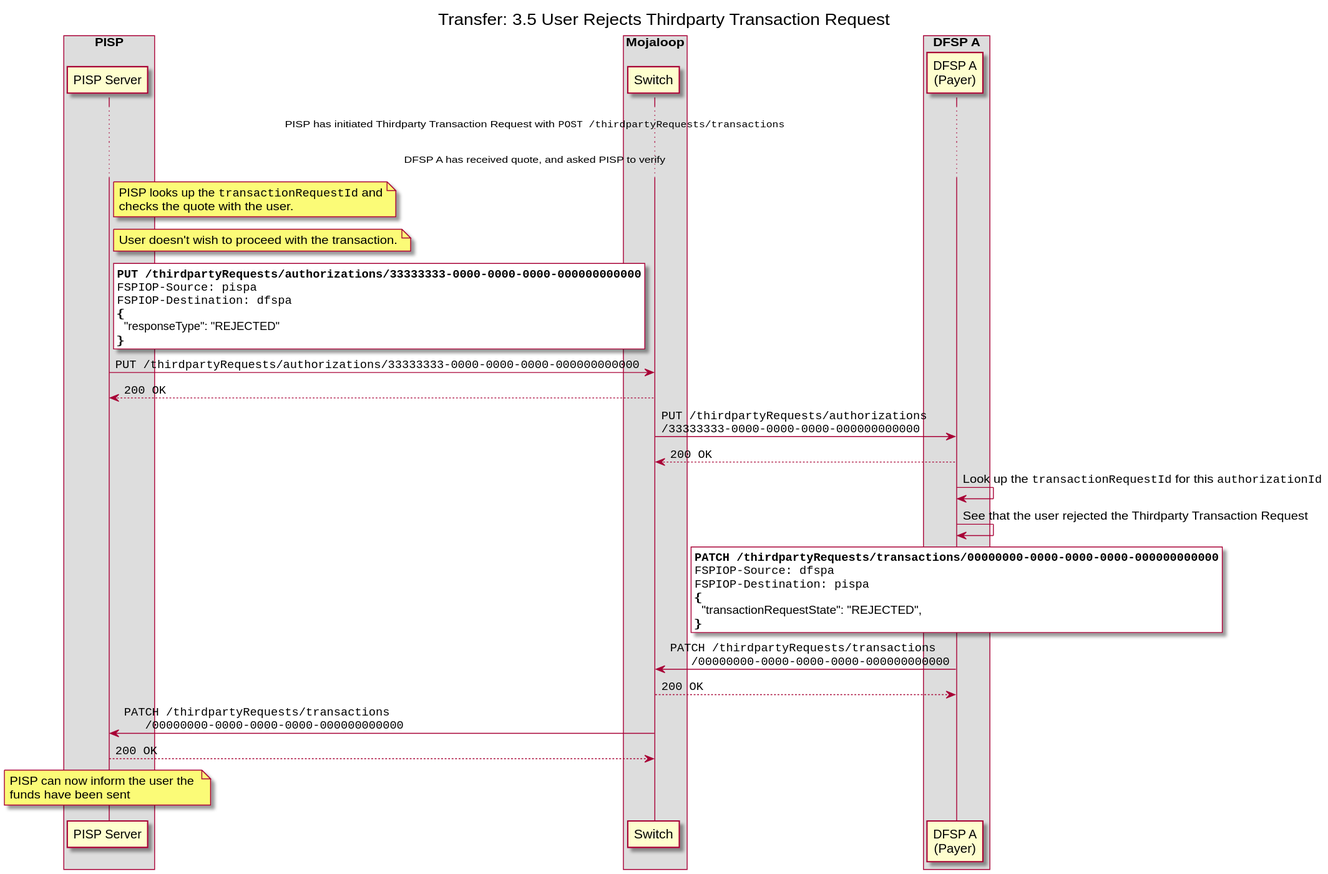
This is docs/out/transfer/3-5-user-rejects-tpr.svg from mojaloop/pisp-project, a PlantUML export, as it was before one commit. Its source is kept beside it as docs/transfer/3-5-user-rejects-tpr.puml.
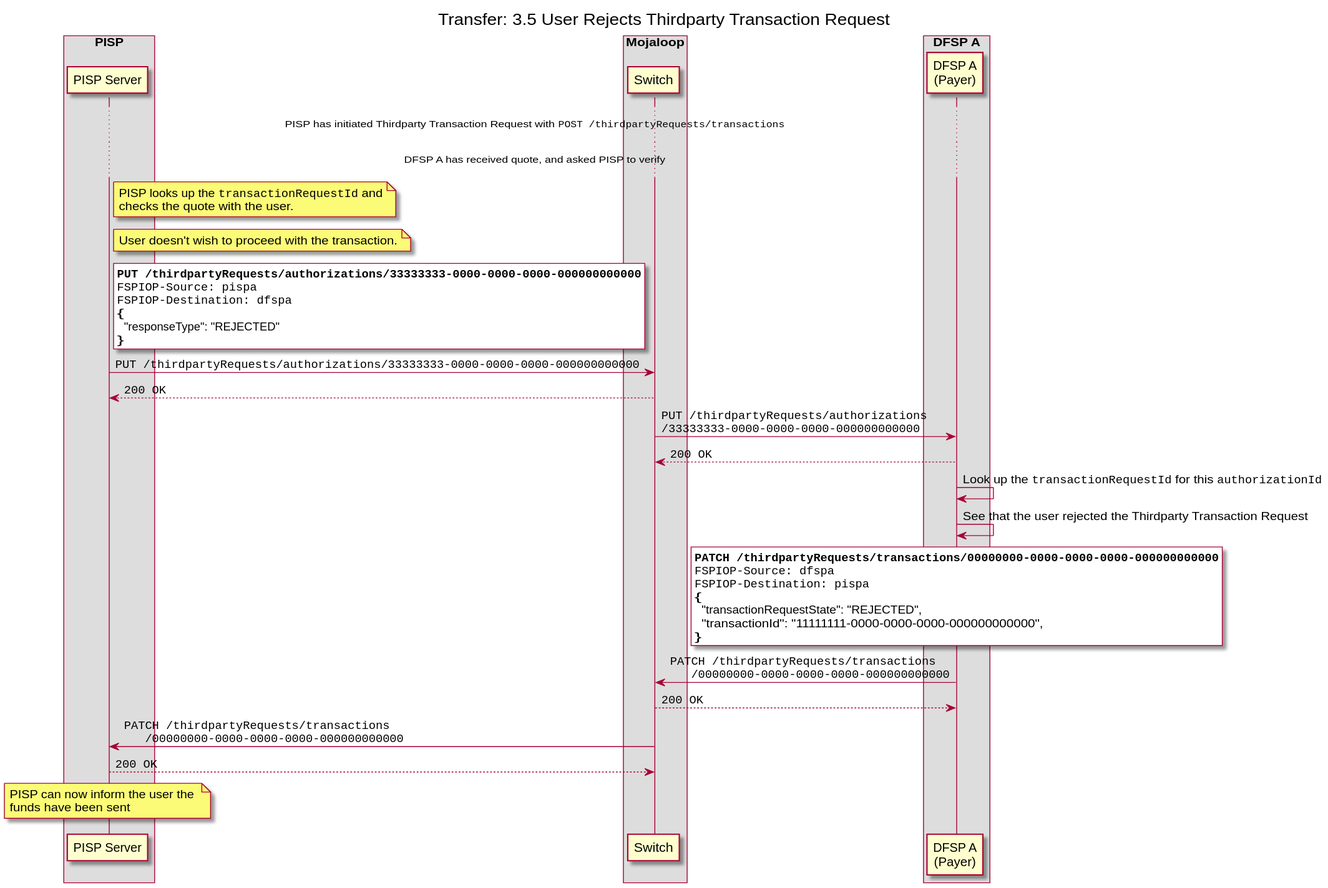
Later version of the same file.

Commit message:
fix: missing transactionId from PATCH

What changed in the source:
```diff
@@ -48,6 +48,7 @@
 ""FSPIOP-Destination: pispa""
 {
   "transactionRequestState": "REJECTED",
+  "transactionId": "11111111-0000-0000-0000-000000000000",
 }
 end note
 D2 -> S: ""PATCH /thirdpartyRequests/transactions""\n""   /00000000-0000-0000-0000-000000000000""
```
